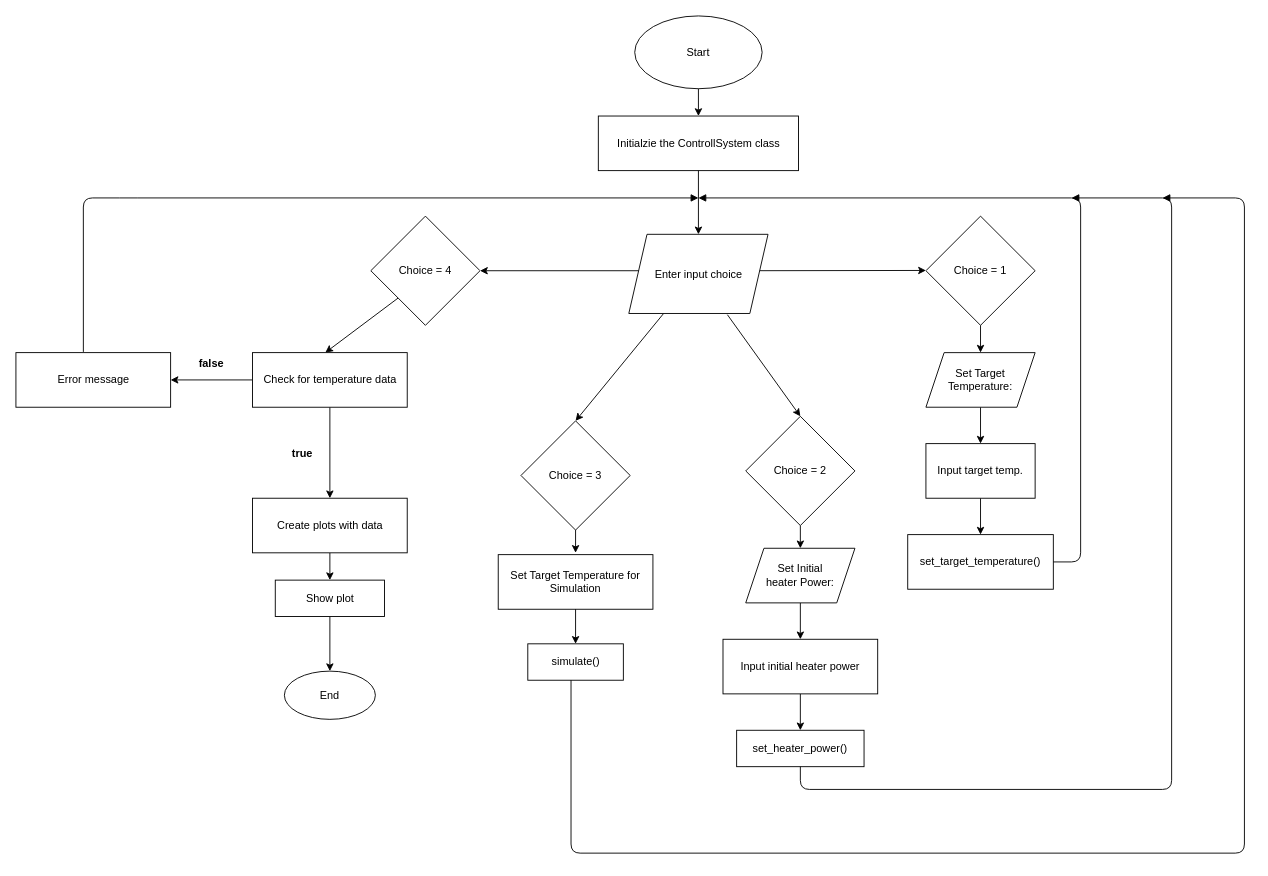
This is flowchart.drawio from EirikAarrestad/PID-regulator, a draw.io file, before an edit. Source tidied: cells renumbered, new cells numbered last; positions are measured from the earlier drawing's top-left corner, leaving out a move shared by most shapes. Both pictures are drawn from the tidied source at 91%, with x=0, y=0 at pixel (15, 15).
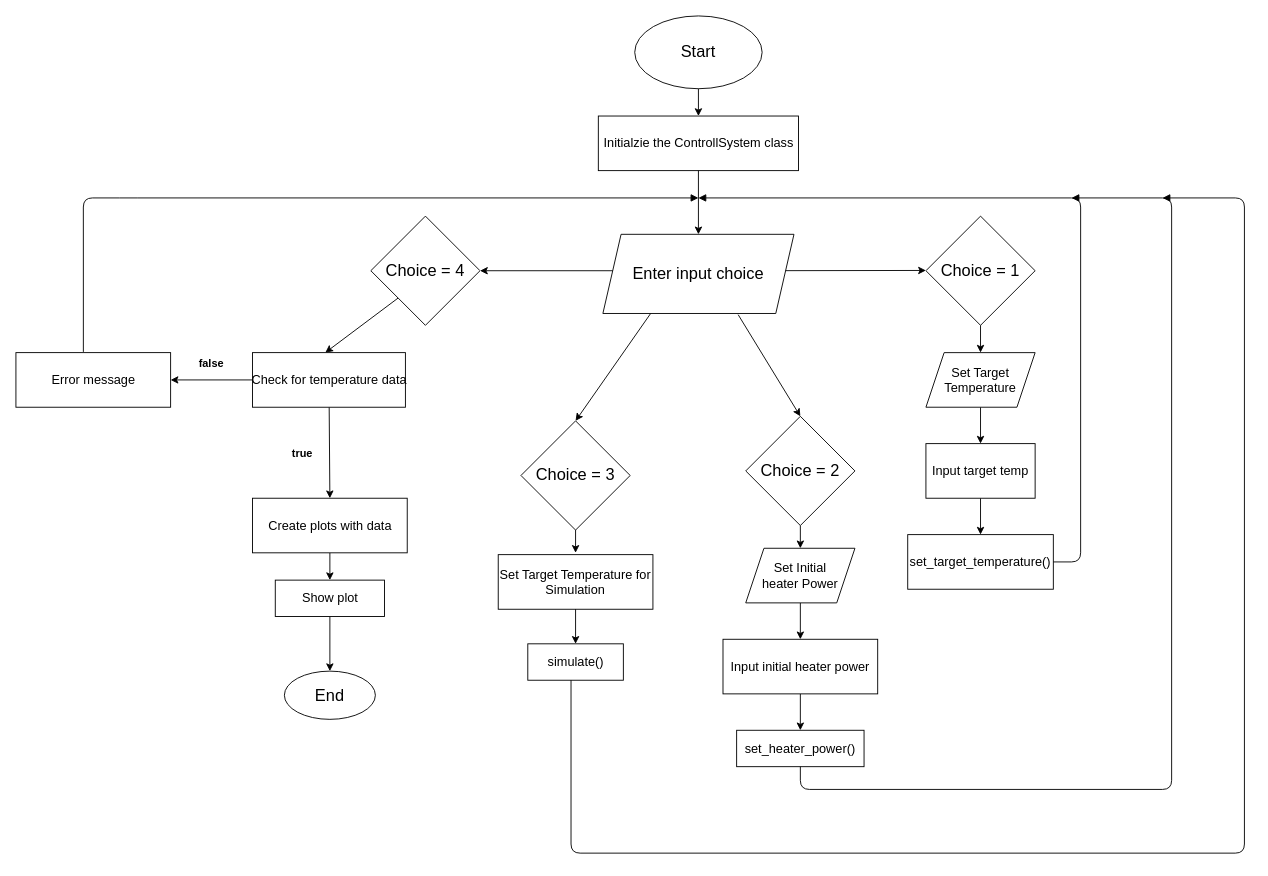
The same diagram, later.

Diff of the diagram source:
```diff
@@
-    <mxCell id="2" value="Start" style="ellipse;whiteSpace=wrap;html=1;" parent="1" vertex="1">
+    <mxCell id="2" value="&lt;font style=&quot;font-size: 18px;&quot;&gt;Start&lt;/font&gt;" style="ellipse;whiteSpace=wrap;html=1;" parent="1" vertex="1">
       <mxGeometry x="680" width="140" height="80" as="geometry" />
     </mxCell>
-    <mxCell id="3" value="Initialzie the ControllSystem class" style="html=1;" parent="1" vertex="1">
+    <mxCell id="3" value="&lt;font style=&quot;font-size: 14px;&quot;&gt;Initialzie the ControllSystem class&lt;/font&gt;" style="html=1;" parent="1" vertex="1">
       <mxGeometry x="640" y="110" width="220" height="60" as="geometry" />
     </mxCell>
@@
-    <mxCell id="11" value="Choice = 1" style="rhombus;whiteSpace=wrap;html=1;" parent="1" vertex="1">
+    <mxCell id="11" value="&lt;font style=&quot;font-size: 18px;&quot;&gt;Choice = 1&lt;/font&gt;" style="rhombus;whiteSpace=wrap;html=1;" parent="1" vertex="1">
       <mxGeometry x="1000" y="220" width="120" height="120" as="geometry" />
     </mxCell>
@@
-    <mxCell id="13" value="Set Target Temperature:" style="shape=parallelogram;perimeter=parallelogramPerimeter;whiteSpace=wrap;html=1;fixedSize=1;" parent="1" vertex="1">
+    <mxCell id="13" value="&lt;font style=&quot;font-size: 14px;&quot;&gt;Set Target Temperature&lt;/font&gt;" style="shape=parallelogram;perimeter=parallelogramPerimeter;whiteSpace=wrap;html=1;fixedSize=1;" parent="1" vertex="1">
       <mxGeometry x="1000" y="370" width="120" height="60" as="geometry" />
     </mxCell>
@@
-    <mxCell id="15" value="Input target temp." style="rounded=0;whiteSpace=wrap;html=1;" parent="1" vertex="1">
+    <mxCell id="15" value="&lt;font style=&quot;font-size: 14px;&quot;&gt;Input target temp&lt;/font&gt;" style="rounded=0;whiteSpace=wrap;html=1;" parent="1" vertex="1">
       <mxGeometry x="1000" y="470" width="120" height="60" as="geometry" />
     </mxCell>
-    <mxCell id="16" value="set_target_temperature()" style="rounded=0;whiteSpace=wrap;html=1;" parent="1" vertex="1">
+    <mxCell id="16" value="&lt;font style=&quot;font-size: 14px;&quot;&gt;set_target_temperature()&lt;/font&gt;" style="rounded=0;whiteSpace=wrap;html=1;" parent="1" vertex="1">
       <mxGeometry x="980" y="570" width="160" height="60" as="geometry" />
     </mxCell>
@@
-    <mxCell id="18" value="Choice = 2" style="rhombus;whiteSpace=wrap;html=1;" parent="1" vertex="1">
+    <mxCell id="18" value="&lt;font style=&quot;font-size: 18px;&quot;&gt;Choice = 2&lt;/font&gt;" style="rhombus;whiteSpace=wrap;html=1;" parent="1" vertex="1">
       <mxGeometry x="802" y="440" width="120" height="120" as="geometry" />
     </mxCell>
@@
-    <mxCell id="20" value="Set Initial &lt;br&gt;heater Power:" style="shape=parallelogram;perimeter=parallelogramPerimeter;whiteSpace=wrap;html=1;fixedSize=1;" parent="1" vertex="1">
+    <mxCell id="20" value="&lt;font style=&quot;font-size: 14px;&quot;&gt;Set Initial &lt;br&gt;heater Power&lt;/font&gt;" style="shape=parallelogram;perimeter=parallelogramPerimeter;whiteSpace=wrap;html=1;fixedSize=1;" parent="1" vertex="1">
       <mxGeometry x="802" y="585" width="120" height="60" as="geometry" />
     </mxCell>
@@
-    <mxCell id="22" value="set_heater_power()" style="rounded=0;whiteSpace=wrap;html=1;" parent="1" vertex="1">
+    <mxCell id="22" value="&lt;font style=&quot;font-size: 14px;&quot;&gt;set_heater_power()&lt;/font&gt;" style="rounded=0;whiteSpace=wrap;html=1;" parent="1" vertex="1">
       <mxGeometry x="792" y="785" width="140" height="40" as="geometry" />
     </mxCell>
@@
-    <mxCell id="24" value="Input initial heater power" style="rounded=0;whiteSpace=wrap;html=1;" parent="1" vertex="1">
+    <mxCell id="24" value="&lt;font style=&quot;font-size: 14px;&quot;&gt;Input initial heater power&lt;/font&gt;" style="rounded=0;whiteSpace=wrap;html=1;" parent="1" vertex="1">
       <mxGeometry x="777" y="685" width="170" height="60" as="geometry" />
     </mxCell>
@@
-    <mxCell id="26" value="Choice = 3" style="rhombus;whiteSpace=wrap;html=1;" parent="1" vertex="1">
+    <mxCell id="26" value="&lt;font style=&quot;font-size: 18px;&quot;&gt;Choice = 3&lt;/font&gt;" style="rhombus;whiteSpace=wrap;html=1;" parent="1" vertex="1">
       <mxGeometry x="555" y="445" width="120" height="120" as="geometry" />
     </mxCell>
@@
-    <mxCell id="28" value="simulate()" style="rounded=0;whiteSpace=wrap;html=1;" parent="1" vertex="1">
+    <mxCell id="28" value="&lt;font style=&quot;font-size: 14px;&quot;&gt;simulate()&lt;/font&gt;" style="rounded=0;whiteSpace=wrap;html=1;" parent="1" vertex="1">
       <mxGeometry x="562.5" y="690" width="105" height="40" as="geometry" />
     </mxCell>
@@
-    <mxCell id="30" value="Set Target Temperature for Simulation" style="rounded=0;whiteSpace=wrap;html=1;" parent="1" vertex="1">
+    <mxCell id="30" value="&lt;font style=&quot;font-size: 14px;&quot;&gt;Set Target Temperature for Simulation&lt;/font&gt;" style="rounded=0;whiteSpace=wrap;html=1;" parent="1" vertex="1">
       <mxGeometry x="530" y="592" width="170" height="60" as="geometry" />
     </mxCell>
@@
-    <mxCell id="33" value="Choice = 4" style="rhombus;whiteSpace=wrap;html=1;" parent="1" vertex="1">
+    <mxCell id="33" value="&lt;font style=&quot;font-size: 18px;&quot;&gt;Choice = 4&lt;/font&gt;" style="rhombus;whiteSpace=wrap;html=1;" parent="1" vertex="1">
       <mxGeometry x="390" y="220" width="120" height="120" as="geometry" />
     </mxCell>
@@
-    <mxCell id="36" value="Check for temperature data" style="html=1;" parent="1" vertex="1">
-      <mxGeometry x="260" y="370" width="170" height="60" as="geometry" />
+    <mxCell id="36" value="&lt;font style=&quot;font-size: 14px;&quot;&gt;Check for temperature data&lt;/font&gt;" style="html=1;" parent="1" vertex="1">
+      <mxGeometry x="260" y="370" width="168" height="60" as="geometry" />
     </mxCell>
-    <mxCell id="37" value="Error message" style="html=1;" parent="1" vertex="1">
+    <mxCell id="37" value="&lt;font style=&quot;font-size: 14px;&quot;&gt;Error message&lt;/font&gt;" style="html=1;" parent="1" vertex="1">
       <mxGeometry y="370" width="170" height="60" as="geometry" />
     </mxCell>
@@
-    <mxCell id="42" value="Create plots with data" style="html=1;" parent="1" vertex="1">
+    <mxCell id="42" value="&lt;font style=&quot;font-size: 14px;&quot;&gt;Create plots with data&lt;/font&gt;" style="html=1;" parent="1" vertex="1">
       <mxGeometry x="260" y="530" width="170" height="60" as="geometry" />
     </mxCell>
@@
-    <mxCell id="44" value="Show plot" style="html=1;" parent="1" vertex="1">
+    <mxCell id="44" value="&lt;font style=&quot;font-size: 14px;&quot;&gt;Show plot&lt;/font&gt;" style="html=1;" parent="1" vertex="1">
       <mxGeometry x="285" y="620" width="120" height="40" as="geometry" />
     </mxCell>
-    <mxCell id="45" value="End" style="ellipse;whiteSpace=wrap;html=1;" parent="1" vertex="1">
+    <mxCell id="45" value="&lt;font style=&quot;font-size: 18px;&quot;&gt;End&lt;/font&gt;" style="ellipse;whiteSpace=wrap;html=1;" parent="1" vertex="1">
       <mxGeometry x="295" y="720" width="100" height="53" as="geometry" />
     </mxCell>
-    <mxCell id="46" value="Enter input choice" style="shape=parallelogram;perimeter=parallelogramPerimeter;whiteSpace=wrap;html=1;fixedSize=1;" parent="1" vertex="1">
-      <mxGeometry x="673.5" y="240" width="153" height="87" as="geometry" />
+    <mxCell id="46" value="&lt;font style=&quot;font-size: 18px;&quot;&gt;Enter input choice&lt;/font&gt;" style="shape=parallelogram;perimeter=parallelogramPerimeter;whiteSpace=wrap;html=1;fixedSize=1;" parent="1" vertex="1">
+      <mxGeometry x="645" y="240" width="210" height="87" as="geometry" />
     </mxCell>
```
